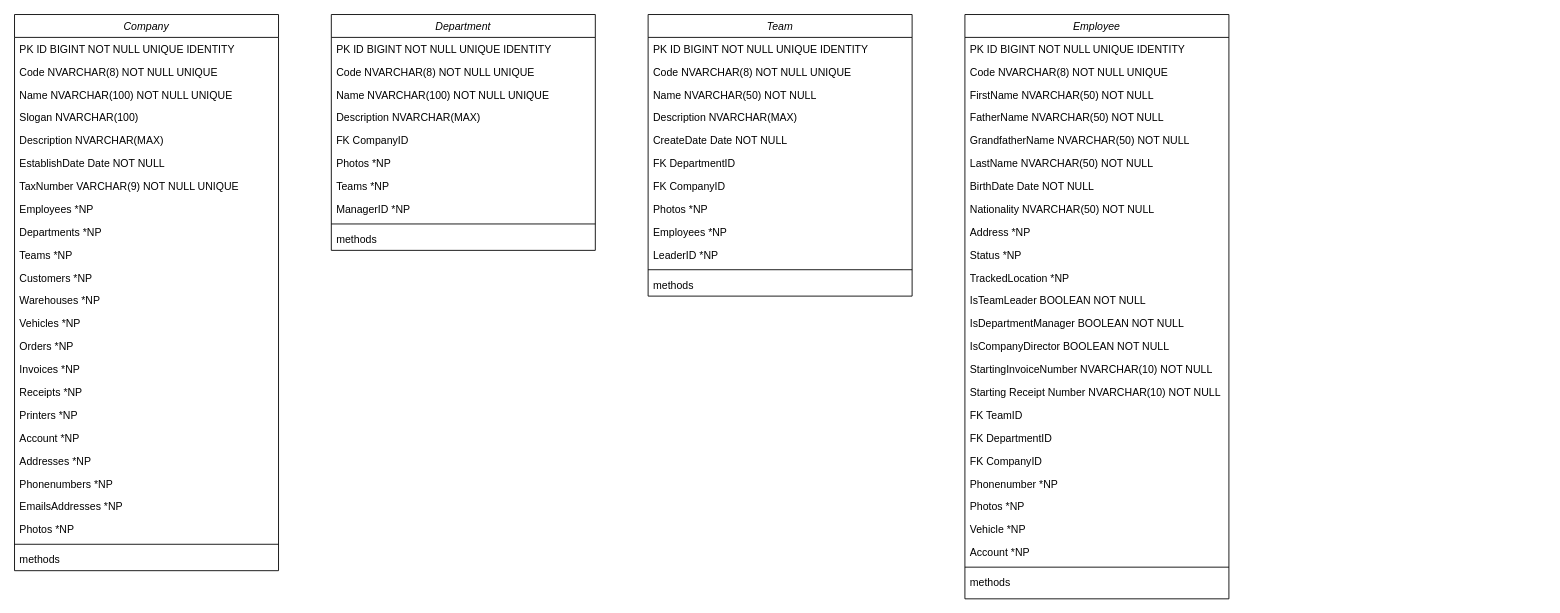
Before: resources/diagrams/Class_Diagram.drawio in mjalbdour/mini_invoicer, a draw.io diagram. Source tidied: cells renumbered, new cells numbered last; positions are measured from the earlier drawing's top-left corner, leaving out a move shared by most shapes. Both pictures are drawn from the tidied source at 88%, with x=0, y=0 at pixel (14, 14).
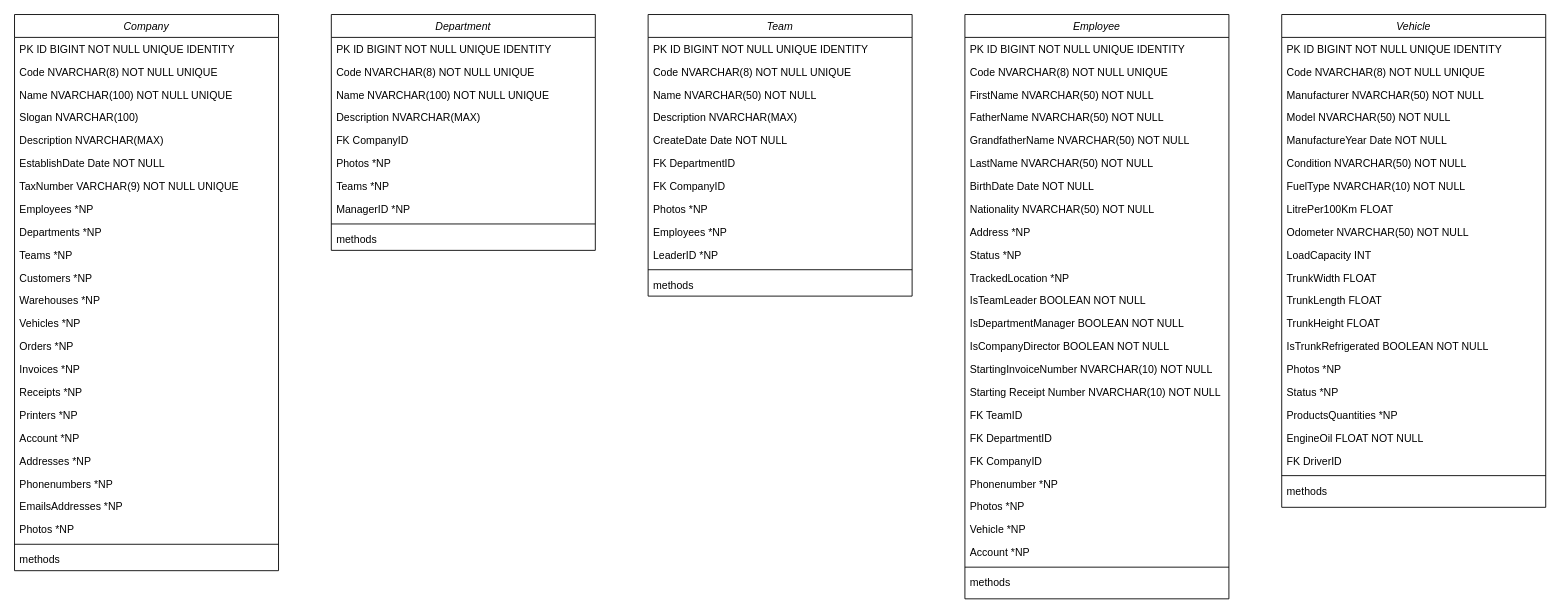
The same page after the edit.

Commit message:
added Vehicle class

The edit, as a diff of the source:
```diff
@@
+    <mxCell id="77" value="Vehicle" style="swimlane;fontStyle=2;align=center;verticalAlign=top;horizontal=1;startSize=26;rounded=0;shadow=0;strokeWidth=1;" parent="1" vertex="1">
+      <mxGeometry x="1440" width="300" height="560" as="geometry" />
+    </mxCell>
+    <mxCell id="78" value="PK ID BIGINT NOT NULL UNIQUE IDENTITY" style="text;align=left;verticalAlign=top;spacingLeft=4;spacingRight=4;overflow=hidden;" parent="77" vertex="1">
+      <mxGeometry y="26" width="300" height="26" as="geometry" />
+    </mxCell>
+    <mxCell id="79" value="Code NVARCHAR(8) NOT NULL UNIQUE" style="text;align=left;verticalAlign=top;spacingLeft=4;spacingRight=4;overflow=hidden;rounded=0;shadow=0;html=0;" parent="77" vertex="1">
+      <mxGeometry y="52" width="300" height="26" as="geometry" />
+    </mxCell>
+    <mxCell id="80" value="Manufacturer NVARCHAR(50) NOT NULL" style="text;align=left;verticalAlign=top;spacingLeft=4;spacingRight=4;overflow=hidden;rounded=0;shadow=0;html=0;" parent="77" vertex="1">
+      <mxGeometry y="78" width="300" height="26" as="geometry" />
+    </mxCell>
+    <mxCell id="81" value="Model NVARCHAR(50) NOT NULL" style="text;align=left;verticalAlign=top;spacingLeft=4;spacingRight=4;overflow=hidden;rounded=0;shadow=0;html=0;" parent="77" vertex="1">
+      <mxGeometry y="104" width="300" height="26" as="geometry" />
+    </mxCell>
+    <mxCell id="82" value="ManufactureYear Date NOT NULL" style="text;align=left;verticalAlign=top;spacingLeft=4;spacingRight=4;overflow=hidden;rounded=0;shadow=0;html=0;" parent="77" vertex="1">
+      <mxGeometry y="130" width="300" height="26" as="geometry" />
+    </mxCell>
+    <mxCell id="83" value="Condition NVARCHAR(50) NOT NULL" style="text;align=left;verticalAlign=top;spacingLeft=4;spacingRight=4;overflow=hidden;rounded=0;shadow=0;html=0;" parent="77" vertex="1">
+      <mxGeometry y="156" width="300" height="26" as="geometry" />
+    </mxCell>
+    <mxCell id="84" value="FuelType NVARCHAR(10) NOT NULL" style="text;align=left;verticalAlign=top;spacingLeft=4;spacingRight=4;overflow=hidden;rounded=0;shadow=0;html=0;" parent="77" vertex="1">
+      <mxGeometry y="182" width="300" height="26" as="geometry" />
+    </mxCell>
+    <mxCell id="85" value="LitrePer100Km FLOAT" style="text;align=left;verticalAlign=top;spacingLeft=4;spacingRight=4;overflow=hidden;rounded=0;shadow=0;html=0;" parent="77" vertex="1">
+      <mxGeometry y="208" width="300" height="26" as="geometry" />
+    </mxCell>
+    <mxCell id="86" value="Odometer NVARCHAR(50) NOT NULL" style="text;align=left;verticalAlign=top;spacingLeft=4;spacingRight=4;overflow=hidden;rounded=0;shadow=0;html=0;" parent="77" vertex="1">
+      <mxGeometry y="234" width="300" height="26" as="geometry" />
+    </mxCell>
+    <mxCell id="87" value="LoadCapacity INT" style="text;align=left;verticalAlign=top;spacingLeft=4;spacingRight=4;overflow=hidden;rounded=0;shadow=0;html=0;" parent="77" vertex="1">
+      <mxGeometry y="260" width="300" height="26" as="geometry" />
+    </mxCell>
+    <mxCell id="88" value="TrunkWidth FLOAT" style="text;align=left;verticalAlign=top;spacingLeft=4;spacingRight=4;overflow=hidden;rounded=0;shadow=0;html=0;" parent="77" vertex="1">
+      <mxGeometry y="286" width="300" height="26" as="geometry" />
+    </mxCell>
+    <mxCell id="89" value="TrunkLength FLOAT" style="text;align=left;verticalAlign=top;spacingLeft=4;spacingRight=4;overflow=hidden;rounded=0;shadow=0;html=0;" parent="77" vertex="1">
+      <mxGeometry y="312" width="300" height="26" as="geometry" />
+    </mxCell>
+    <mxCell id="90" value="TrunkHeight FLOAT" style="text;align=left;verticalAlign=top;spacingLeft=4;spacingRight=4;overflow=hidden;rounded=0;shadow=0;html=0;" parent="77" vertex="1">
+      <mxGeometry y="338" width="300" height="26" as="geometry" />
+    </mxCell>
+    <mxCell id="91" value="IsTrunkRefrigerated BOOLEAN NOT NULL" style="text;align=left;verticalAlign=top;spacingLeft=4;spacingRight=4;overflow=hidden;rounded=0;shadow=0;html=0;" parent="77" vertex="1">
+      <mxGeometry y="364" width="300" height="26" as="geometry" />
+    </mxCell>
+    <mxCell id="92" value="Photos *NP" style="text;align=left;verticalAlign=top;spacingLeft=4;spacingRight=4;overflow=hidden;rounded=0;shadow=0;html=0;" parent="77" vertex="1">
+      <mxGeometry y="390" width="300" height="26" as="geometry" />
+    </mxCell>
+    <mxCell id="93" value="Status *NP" style="text;align=left;verticalAlign=top;spacingLeft=4;spacingRight=4;overflow=hidden;rounded=0;shadow=0;html=0;" parent="77" vertex="1">
+      <mxGeometry y="416" width="300" height="26" as="geometry" />
+    </mxCell>
+    <mxCell id="94" value="ProductsQuantities *NP" style="text;align=left;verticalAlign=top;spacingLeft=4;spacingRight=4;overflow=hidden;rounded=0;shadow=0;html=0;" parent="77" vertex="1">
+      <mxGeometry y="442" width="300" height="26" as="geometry" />
+    </mxCell>
+    <mxCell id="95" value="EngineOil FLOAT NOT NULL" style="text;align=left;verticalAlign=top;spacingLeft=4;spacingRight=4;overflow=hidden;rounded=0;shadow=0;html=0;" parent="77" vertex="1">
+      <mxGeometry y="468" width="300" height="26" as="geometry" />
+    </mxCell>
+    <mxCell id="96" value="FK DriverID" style="text;align=left;verticalAlign=top;spacingLeft=4;spacingRight=4;overflow=hidden;rounded=0;shadow=0;html=0;" parent="77" vertex="1">
+      <mxGeometry y="494" width="300" height="26" as="geometry" />
+    </mxCell>
+    <mxCell id="97" style="line;html=1;strokeWidth=1;align=left;verticalAlign=middle;spacingTop=-1;spacingLeft=3;spacingRight=3;labelPosition=right;" parent="77" vertex="1">
+      <mxGeometry y="520" width="300" height="8" as="geometry" />
+    </mxCell>
+    <mxCell id="98" value="methods" style="text;align=left;verticalAlign=top;spacingLeft=4;spacingRight=4;overflow=hidden;" parent="77" vertex="1">
+      <mxGeometry y="528" width="300" height="26" as="geometry" />
+    </mxCell>
```
